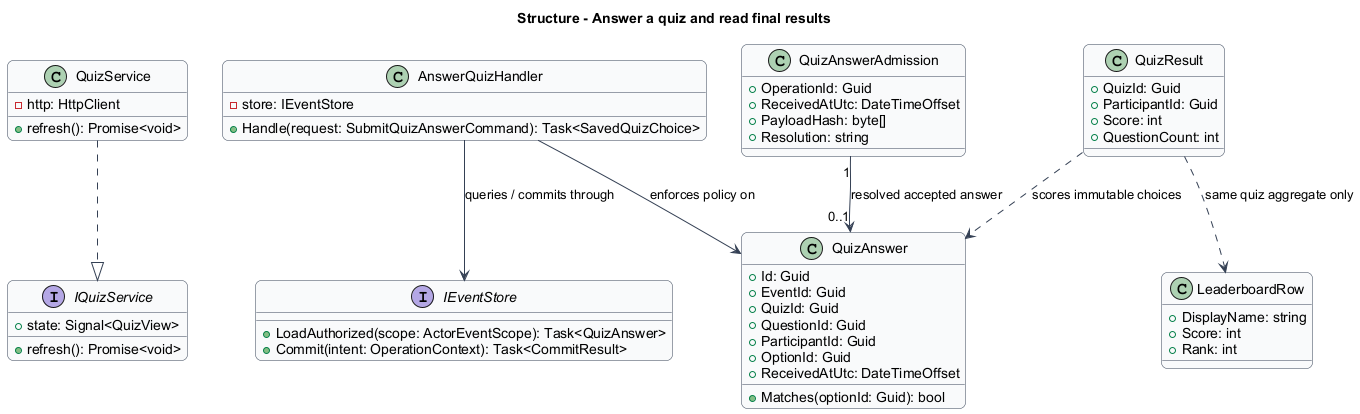
The PlantUML diagram docs/detailed-designs/quizzes/answer-quiz/diagrams/classes.png in QuinntyneBrown/faithtech-toronto-ai-build-event, before a commit.
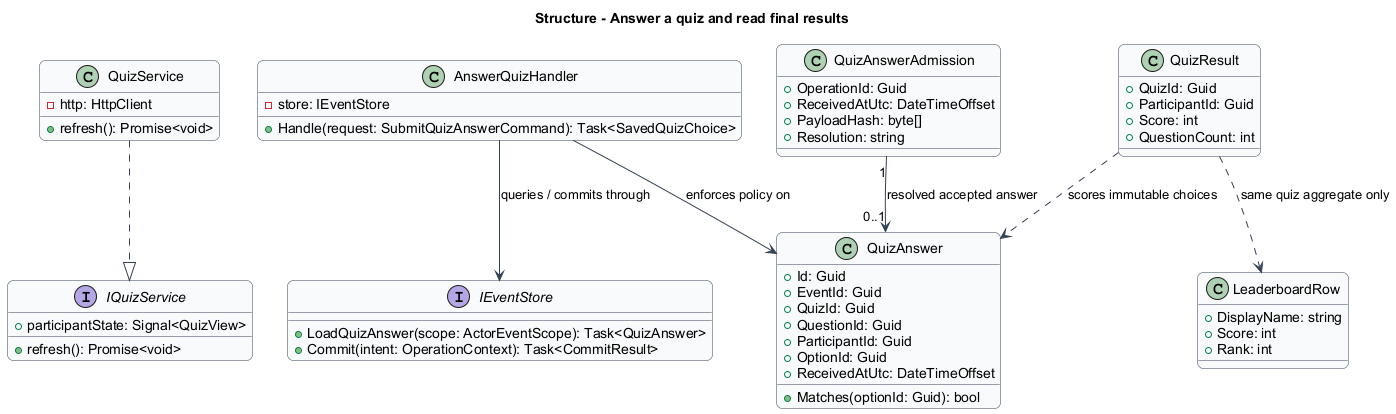
Above is the later version.

Change to the diagram source:
```diff
@@ -10,7 +10,7 @@
 skinparam maxMessageSize 180
 title Structure - Answer a quiz and read final results
 interface IQuizService {
-  +state: Signal<QuizView>
+  +participantState: Signal<QuizView>
   +refresh(): Promise<void>
 }
 class QuizService {
@@ -22,7 +22,7 @@
   +Handle(request: SubmitQuizAnswerCommand): Task<SavedQuizChoice>
 }
 interface IEventStore {
-  +LoadAuthorized(scope: ActorEventScope): Task<QuizAnswer>
+  +LoadQuizAnswer(scope: ActorEventScope): Task<QuizAnswer>
   +Commit(intent: OperationContext): Task<CommitResult>
 }
 class QuizAnswer {
```
